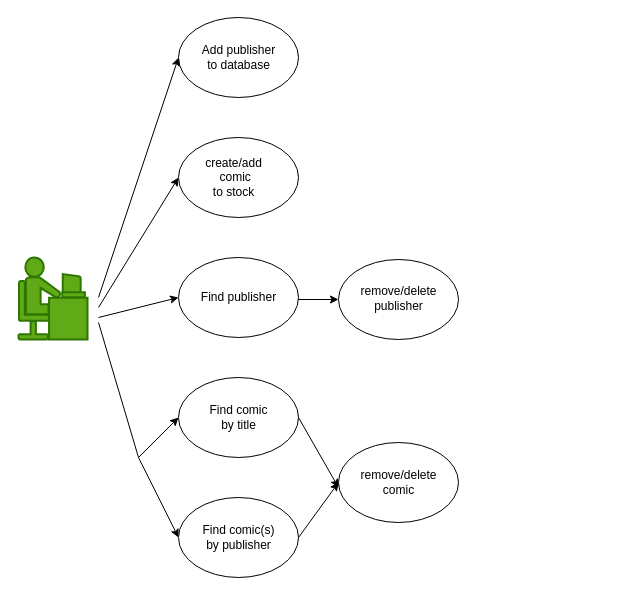
Above: python_project_diagrams/python_project_case_diagram.drawio in C1V1L14N/python_project_comic_shop (draw.io), before the change. Source tidied: cells renumbered, new cells numbered last; positions are measured from the earlier drawing's top-left corner, leaving out a move shared by most shapes. Both pictures are drawn from the tidied source at 100%, with x=0, y=0 at pixel (18, 17).
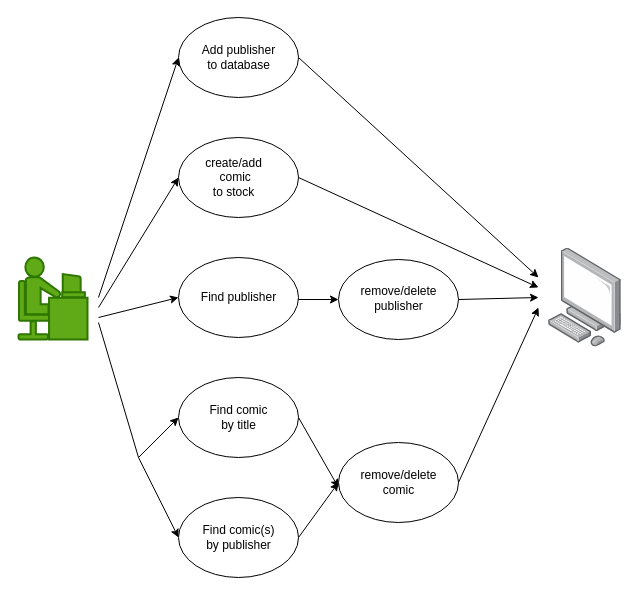
The same diagram, later.

Unchanged cells that the change refers to:
```xml
<mxCell id="3" style="ellipse;whiteSpace=wrap;html=1;" parent="1" vertex="1">
  <mxGeometry x="160" y="120" width="120" height="80" as="geometry" />
</mxCell>
<mxCell id="9" style="ellipse;whiteSpace=wrap;html=1;" parent="1" vertex="1">
  <mxGeometry x="160" width="120" height="80" as="geometry" />
</mxCell>
<mxCell id="11" style="ellipse;whiteSpace=wrap;html=1;" parent="1" vertex="1">
  <mxGeometry x="320" y="425" width="120" height="80" as="geometry" />
</mxCell>
<mxCell id="15" style="ellipse;whiteSpace=wrap;html=1;" parent="1" vertex="1">
  <mxGeometry x="320" y="242" width="120" height="80" as="geometry" />
</mxCell>
```

Diff of the diagram source:
```diff
@@
+    <mxCell id="26" style="html=1;align=center;shadow=0;dashed=0;image;image=img/lib/allied_telesis/computer_and_terminals/Personal_Computer.svg;" parent="1" vertex="1">
+      <mxGeometry x="530" y="230.5" width="73" height="98.9" as="geometry" />
+    </mxCell>
+    <mxCell id="27" style="endArrow=classic;html=1;exitX=1;exitY=0.5;exitDx=0;exitDy=0;" parent="1" edge="1" source="15">
+      <mxGeometry relative="1" as="geometry">
+        <mxPoint x="520" y="280" as="targetPoint" />
+      </mxGeometry>
+    </mxCell>
+    <mxCell id="28" style="endArrow=classic;html=1;exitX=1;exitY=0.5;exitDx=0;exitDy=0;" parent="1" edge="1" source="3">
+      <mxGeometry relative="1" as="geometry">
+        <mxPoint x="520" y="270" as="targetPoint" />
+      </mxGeometry>
+    </mxCell>
+    <mxCell id="29" style="endArrow=classic;html=1;exitX=1;exitY=0.5;exitDx=0;exitDy=0;" parent="1" edge="1" source="9">
+      <mxGeometry relative="1" as="geometry">
+        <mxPoint x="520" y="260" as="targetPoint" />
+      </mxGeometry>
+    </mxCell>
+    <mxCell id="30" style="endArrow=classic;html=1;exitX=1;exitY=0.5;exitDx=0;exitDy=0;" parent="1" edge="1" source="11">
+      <mxGeometry relative="1" as="geometry">
+        <mxPoint x="520" y="290" as="targetPoint" />
+      </mxGeometry>
+    </mxCell>
```
